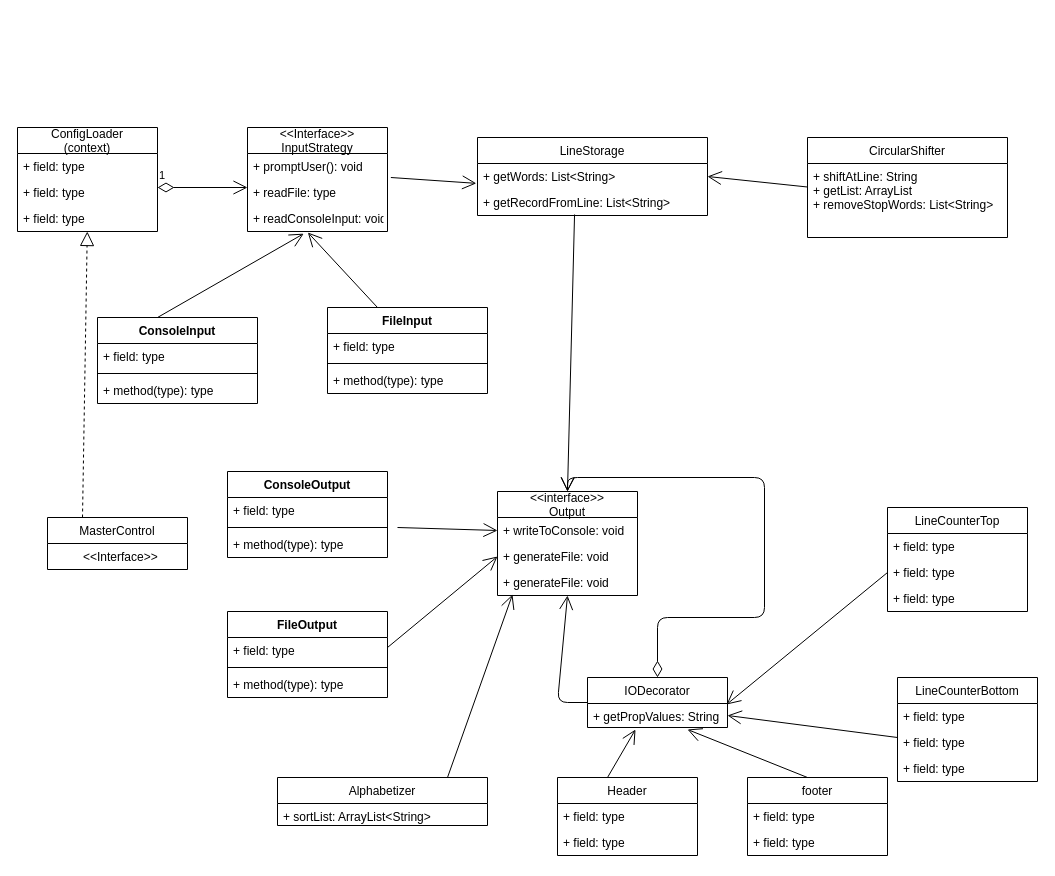
This is src/HW2 Refactor.drawio from montyxrizzo/KWIC, a draw.io file, before an edit. Source tidied: cells renumbered, new cells numbered last; positions are measured from the earlier drawing's top-left corner, leaving out a move shared by most shapes. Both pictures are drawn from the tidied source at 100%, with x=0, y=0 at pixel (17, 127).
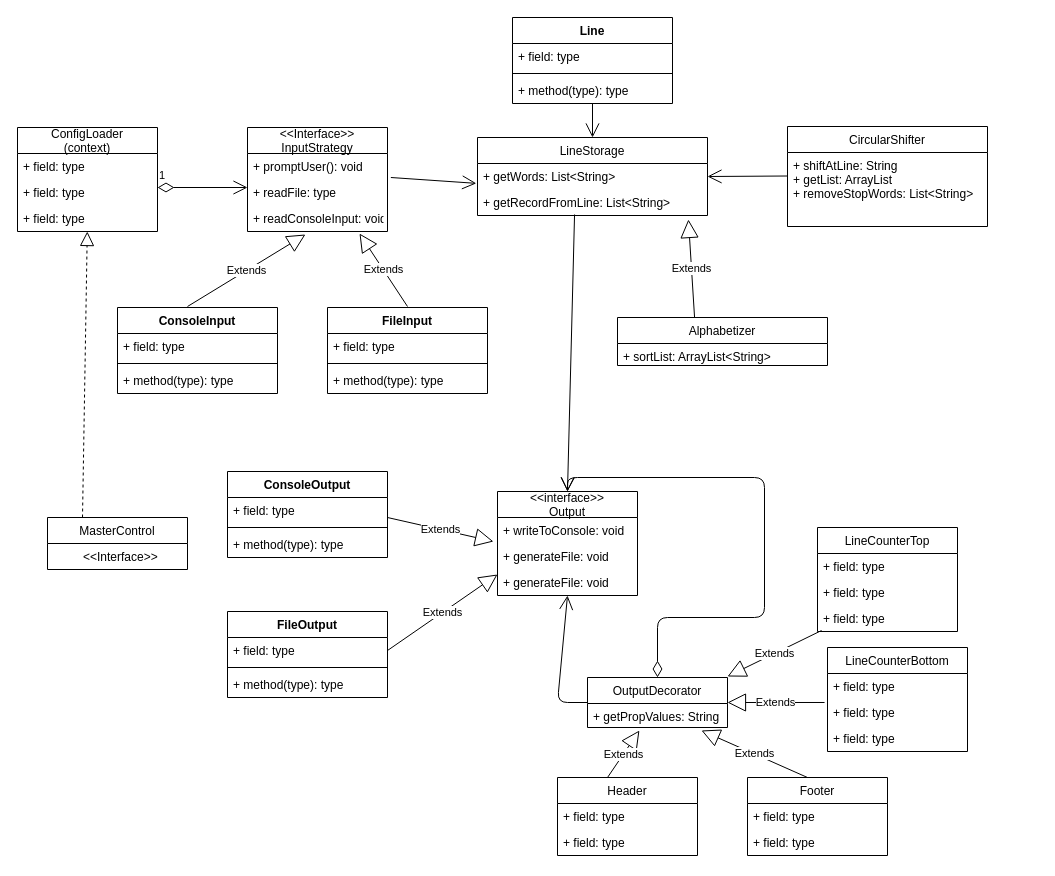
The same diagram, later.

The change refers to these unchanged cells:
```xml
<mxCell id="2" value="LineStorage" style="swimlane;fontStyle=0;horizontal=1;startSize=26;fillColor=none;" parent="1" vertex="1">
  <mxGeometry x="460" y="10" width="230" height="78" as="geometry" />
</mxCell>
<mxCell id="4" value="+ getRecordFromLine: List&lt;String&gt;&#10;" style="text;strokeColor=none;fillColor=none;align=left;verticalAlign=top;spacingLeft=4;spacingRight=4;overflow=hidden;points=[[0,0.5],[1,0.5]];portConstraint=eastwest;" parent="2" vertex="1">
  <mxGeometry y="52" width="230" height="26" as="geometry" />
</mxCell>
<mxCell id="8" value="+ readConsoleInput: void " style="text;strokeColor=none;fillColor=none;align=left;verticalAlign=top;spacingLeft=4;spacingRight=4;overflow=hidden;points=[[0,0.5],[1,0.5]];portConstraint=eastwest;" parent="5" vertex="1">
  <mxGeometry y="78" width="140" height="26" as="geometry" />
</mxCell>
<mxCell id="9" value="&lt;&lt;interface&gt;&gt;&#10;Output" style="swimlane;fontStyle=0;horizontal=1;startSize=26;fillColor=none;" parent="1" vertex="1">
  <mxGeometry x="480" y="364" width="140" height="104" as="geometry" />
</mxCell>
<mxCell id="11" value="+ writeToConsole: void" style="text;strokeColor=none;fillColor=none;align=left;verticalAlign=top;spacingLeft=4;spacingRight=4;overflow=hidden;points=[[0,0.5],[1,0.5]];portConstraint=eastwest;" parent="9" vertex="1">
  <mxGeometry y="26" width="140" height="26" as="geometry" />
</mxCell>
<mxCell id="12" value="+ generateFile: void" style="text;strokeColor=none;fillColor=none;align=left;verticalAlign=top;spacingLeft=4;spacingRight=4;overflow=hidden;points=[[0,0.5],[1,0.5]];portConstraint=eastwest;" parent="9" vertex="1">
  <mxGeometry y="52" width="140" height="26" as="geometry" />
</mxCell>
<mxCell id="13" value="+ generateFile: void" style="text;strokeColor=none;fillColor=none;align=left;verticalAlign=top;spacingLeft=4;spacingRight=4;overflow=hidden;points=[[0,0.5],[1,0.5]];portConstraint=eastwest;" parent="9" vertex="1">
  <mxGeometry y="78" width="140" height="26" as="geometry" />
</mxCell>
<mxCell id="24" value="+ getPropValues: String" style="text;strokeColor=none;fillColor=none;align=left;verticalAlign=top;spacingLeft=4;spacingRight=4;overflow=hidden;points=[[0,0.5],[1,0.5]];portConstraint=eastwest;" parent="23" vertex="1">
  <mxGeometry y="26" width="140" height="24" as="geometry" />
</mxCell>
<mxCell id="25" value="Header" style="swimlane;fontStyle=0;horizontal=1;startSize=26;fillColor=none;" parent="1" vertex="1">
  <mxGeometry x="540" y="650" width="140" height="78" as="geometry" />
</mxCell>
<mxCell id="40" value="FileInput" style="swimlane;fontStyle=1;align=center;verticalAlign=top;horizontal=1;startSize=26;" parent="1" vertex="1">
  <mxGeometry x="310" y="180" width="160" height="86" as="geometry" />
</mxCell>
<mxCell id="54" value="+ field: type" style="text;strokeColor=none;fillColor=none;align=left;verticalAlign=top;spacingLeft=4;spacingRight=4;overflow=hidden;points=[[0,0.5],[1,0.5]];portConstraint=eastwest;" parent="52" vertex="1">
  <mxGeometry y="52" width="140" height="26" as="geometry" />
</mxCell>
<mxCell id="55" value="+ field: type" style="text;strokeColor=none;fillColor=none;align=left;verticalAlign=top;spacingLeft=4;spacingRight=4;overflow=hidden;points=[[0,0.5],[1,0.5]];portConstraint=eastwest;" parent="52" vertex="1">
  <mxGeometry y="78" width="140" height="26" as="geometry" />
</mxCell>
<mxCell id="60" value="+ field: type" style="text;strokeColor=none;fillColor=none;align=left;verticalAlign=top;spacingLeft=4;spacingRight=4;overflow=hidden;points=[[0,0.5],[1,0.5]];portConstraint=eastwest;" parent="57" vertex="1">
  <mxGeometry y="52" width="140" height="26" as="geometry" />
</mxCell>
<mxCell id="63" value="+ field: type" style="text;strokeColor=none;fillColor=none;align=left;verticalAlign=top;spacingLeft=4;spacingRight=4;overflow=hidden;points=[[0,0.5],[1,0.5]];portConstraint=eastwest;" parent="62" vertex="1">
  <mxGeometry y="26" width="160" height="26" as="geometry" />
</mxCell>
```

Diff of the diagram source:
```diff
@@
-    <mxCell id="10" style="endArrow=open;endFill=1;endSize=12;html=1;entryX=0;entryY=0.5;entryDx=0;entryDy=0;" parent="9" edge="1" target="11">
-      <mxGeometry relative="1" as="geometry">
-        <mxPoint x="-100" y="36" as="sourcePoint" />
-      </mxGeometry>
-    </mxCell>
@@
     <mxCell id="14" value="CircularShifter" style="swimlane;fontStyle=0;horizontal=1;startSize=26;fillColor=none;" parent="1" vertex="1">
-      <mxGeometry x="790" y="10" width="200" height="100" as="geometry" />
+      <mxGeometry x="770" y="-1" width="200" height="100" as="geometry" />
     </mxCell>
@@
     <mxCell id="17" value="Alphabetizer" style="swimlane;fontStyle=0;horizontal=1;startSize=26;fillColor=none;" parent="1" vertex="1">
-      <mxGeometry x="260" y="650" width="210" height="48" as="geometry" />
+      <mxGeometry x="600" y="190" width="210" height="48" as="geometry" />
     </mxCell>
-    <mxCell id="18" style="endArrow=open;endFill=1;endSize=12;html=1;entryX=0.107;entryY=0.962;entryDx=0;entryDy=0;entryPerimeter=0;" parent="17" edge="1" target="13">
-      <mxGeometry relative="1" as="geometry">
-        <mxPoint x="170" as="sourcePoint" />
-      </mxGeometry>
-    </mxCell>
@@
-    <mxCell id="23" value="IODecorator" style="swimlane;fontStyle=0;horizontal=1;startSize=26;fillColor=none;" parent="1" vertex="1">
+    <mxCell id="23" value="OutputDecorator" style="swimlane;fontStyle=0;horizontal=1;startSize=26;fillColor=none;" parent="1" vertex="1">
       <mxGeometry x="570" y="550" width="140" height="50" as="geometry" />
     </mxCell>
@@
-    <mxCell id="28" style="endArrow=open;endFill=1;endSize=12;html=1;entryX=0.343;entryY=1.083;entryDx=0;entryDy=0;entryPerimeter=0;" parent="25" edge="1" target="24">
-      <mxGeometry relative="1" as="geometry">
-        <mxPoint x="50" as="sourcePoint" />
-      </mxGeometry>
-    </mxCell>
+    <mxCell id="71" value="Extends" style="endArrow=block;endSize=16;endFill=0;html=1;entryX=0.371;entryY=1.125;entryDx=0;entryDy=0;entryPerimeter=0;" parent="25" edge="1" target="24">
+      <mxGeometry relative="1" as="geometry">
+        <mxPoint x="50" as="sourcePoint" />
+      </mxGeometry>
+    </mxCell>
-    <mxCell id="29" value="footer" style="swimlane;fontStyle=0;horizontal=1;startSize=26;fillColor=none;" parent="1" vertex="1">
+    <mxCell id="29" value="Footer" style="swimlane;fontStyle=0;horizontal=1;startSize=26;fillColor=none;" parent="1" vertex="1">
       <mxGeometry x="730" y="650" width="140" height="78" as="geometry" />
     </mxCell>
@@
-    <mxCell id="32" style="endArrow=open;endFill=1;endSize=12;html=1;entryX=0.714;entryY=1.083;entryDx=0;entryDy=0;entryPerimeter=0;" parent="29" edge="1" target="24">
-      <mxGeometry relative="1" as="geometry">
-        <mxPoint x="60" as="sourcePoint" />
-      </mxGeometry>
-    </mxCell>
+    <mxCell id="72" value="Extends" style="endArrow=block;endSize=16;endFill=0;html=1;entryX=0.814;entryY=1.125;entryDx=0;entryDy=0;entryPerimeter=0;" parent="29" edge="1" target="24">
+      <mxGeometry relative="1" as="geometry">
+        <mxPoint x="60" as="sourcePoint" />
+      </mxGeometry>
+    </mxCell>
@@
-    <mxCell id="41" style="endArrow=open;endFill=1;endSize=12;html=1;entryX=0.431;entryY=1.038;entryDx=0;entryDy=0;entryPerimeter=0;" parent="40" edge="1" target="8">
-      <mxGeometry relative="1" as="geometry">
-        <mxPoint x="50" as="sourcePoint" />
-      </mxGeometry>
-    </mxCell>
@@
     <mxCell id="45" value="ConsoleInput&#10;" style="swimlane;fontStyle=1;align=center;verticalAlign=top;horizontal=1;startSize=26;" parent="1" vertex="1">
-      <mxGeometry x="80" y="190" width="160" height="86" as="geometry" />
+      <mxGeometry x="100" y="180" width="160" height="86" as="geometry" />
     </mxCell>
@@
-    <mxCell id="49" style="endArrow=open;endFill=1;endSize=12;html=1;entryX=0.402;entryY=1.082;entryDx=0;entryDy=0;entryPerimeter=0;" parent="45" edge="1" target="8">
-      <mxGeometry relative="1" as="geometry">
-        <mxPoint x="60" as="sourcePoint" />
-      </mxGeometry>
-    </mxCell>
@@
     <mxCell id="52" value="LineCounterTop" style="swimlane;fontStyle=0;horizontal=1;startSize=26;fillColor=none;" parent="1" vertex="1">
-      <mxGeometry x="870" y="380" width="140" height="104" as="geometry" />
+      <mxGeometry x="800" y="400" width="140" height="104" as="geometry" />
     </mxCell>
@@
-    <mxCell id="56" style="endArrow=open;endFill=1;endSize=12;html=1;exitX=0;exitY=0.5;exitDx=0;exitDy=0;entryX=0.993;entryY=0.042;entryDx=0;entryDy=0;entryPerimeter=0;" parent="1" edge="1" source="54" target="24">
-      <mxGeometry relative="1" as="geometry" />
-    </mxCell>
     <mxCell id="57" value="LineCounterBottom" style="swimlane;fontStyle=0;horizontal=1;startSize=26;fillColor=none;" parent="1" vertex="1">
-      <mxGeometry x="880" y="550" width="140" height="104" as="geometry" />
+      <mxGeometry x="810" y="520" width="140" height="104" as="geometry" />
     </mxCell>
@@
-    <mxCell id="59" style="endArrow=open;endFill=1;endSize=12;html=1;entryX=1;entryY=0.5;entryDx=0;entryDy=0;" parent="57" edge="1" target="24">
-      <mxGeometry relative="1" as="geometry">
-        <mxPoint y="60" as="sourcePoint" />
-      </mxGeometry>
-    </mxCell>
@@
-    <mxCell id="70" style="endArrow=open;endFill=1;endSize=12;html=1;entryX=0;entryY=0.5;entryDx=0;entryDy=0;" parent="1" edge="1" target="12">
-      <mxGeometry relative="1" as="geometry">
-        <mxPoint x="370" y="520" as="sourcePoint" />
-      </mxGeometry>
-    </mxCell>
+    <mxCell id="73" value="Extends" style="endArrow=block;endSize=16;endFill=0;html=1;exitX=0.367;exitY=0;exitDx=0;exitDy=0;entryX=0.917;entryY=1.154;entryDx=0;entryDy=0;entryPerimeter=0;exitPerimeter=0;" parent="1" edge="1" source="17" target="4">
+      <mxGeometry relative="1" as="geometry" />
+    </mxCell>
+    <mxCell id="74" value="Extends" style="endArrow=block;endSize=16;endFill=0;html=1;entryX=0.8;entryY=1.077;entryDx=0;entryDy=0;entryPerimeter=0;" parent="1" edge="1" target="8">
+      <mxGeometry relative="1" as="geometry">
+        <mxPoint x="390" y="179" as="sourcePoint" />
+      </mxGeometry>
+    </mxCell>
+    <mxCell id="75" value="Extends" style="endArrow=block;endSize=16;endFill=0;html=1;entryX=0.414;entryY=1.115;entryDx=0;entryDy=0;entryPerimeter=0;" parent="1" edge="1" target="8">
+      <mxGeometry relative="1" as="geometry">
+        <mxPoint x="170" y="179" as="sourcePoint" />
+      </mxGeometry>
+    </mxCell>
+    <mxCell id="76" value="Extends" style="endArrow=block;endSize=16;endFill=0;html=1;entryX=0;entryY=0.192;entryDx=0;entryDy=0;entryPerimeter=0;exitX=1;exitY=0.5;exitDx=0;exitDy=0;" parent="1" edge="1" source="63" target="13">
+      <mxGeometry relative="1" as="geometry" />
+    </mxCell>
+    <mxCell id="77" value="Extends" style="endArrow=block;endSize=16;endFill=0;html=1;entryX=-0.029;entryY=0.923;entryDx=0;entryDy=0;entryPerimeter=0;" parent="1" edge="1" target="11">
+      <mxGeometry relative="1" as="geometry">
+        <mxPoint x="370" y="390" as="sourcePoint" />
+      </mxGeometry>
+    </mxCell>
+    <mxCell id="78" value="Extends" style="endArrow=block;endSize=16;endFill=0;html=1;entryX=1;entryY=0.5;entryDx=0;entryDy=0;exitX=-0.021;exitY=0.115;exitDx=0;exitDy=0;exitPerimeter=0;" parent="1" edge="1" source="60" target="23">
+      <mxGeometry relative="1" as="geometry" />
+    </mxCell>
+    <mxCell id="79" value="Extends" style="endArrow=block;endSize=16;endFill=0;html=1;entryX=1;entryY=0.5;entryDx=0;entryDy=0;exitX=0.029;exitY=0.962;exitDx=0;exitDy=0;exitPerimeter=0;" parent="1" edge="1" source="55">
+      <mxGeometry relative="1" as="geometry">
+        <mxPoint x="710" y="549" as="targetPoint" />
+      </mxGeometry>
+    </mxCell>
+    <mxCell id="80" value="Line" style="swimlane;fontStyle=1;align=center;verticalAlign=top;horizontal=1;startSize=26;" parent="1" vertex="1">
+      <mxGeometry x="495" y="-110" width="160" height="86" as="geometry" />
+    </mxCell>
+    <mxCell id="81" value="+ field: type" style="text;strokeColor=none;fillColor=none;align=left;verticalAlign=top;spacingLeft=4;spacingRight=4;overflow=hidden;" parent="80" vertex="1">
+      <mxGeometry y="26" width="160" height="26" as="geometry" />
+    </mxCell>
+    <mxCell id="82" style="line;strokeWidth=1;fillColor=none;align=left;verticalAlign=middle;spacingTop=-1;spacingLeft=3;spacingRight=3;labelPosition=right;" parent="80" vertex="1">
+      <mxGeometry y="52" width="160" height="8" as="geometry" />
+    </mxCell>
+    <mxCell id="83" value="+ method(type): type" style="text;strokeColor=none;fillColor=none;align=left;verticalAlign=top;spacingLeft=4;spacingRight=4;overflow=hidden;points=[[0,0.5],[1,0.5]];portConstraint=eastwest;" parent="80" vertex="1">
+      <mxGeometry y="60" width="160" height="26" as="geometry" />
+    </mxCell>
+    <mxCell id="84" style="endArrow=open;endFill=1;endSize=12;html=1;" parent="1" edge="1" source="83" target="2">
+      <mxGeometry relative="1" as="geometry" />
+    </mxCell>
```
